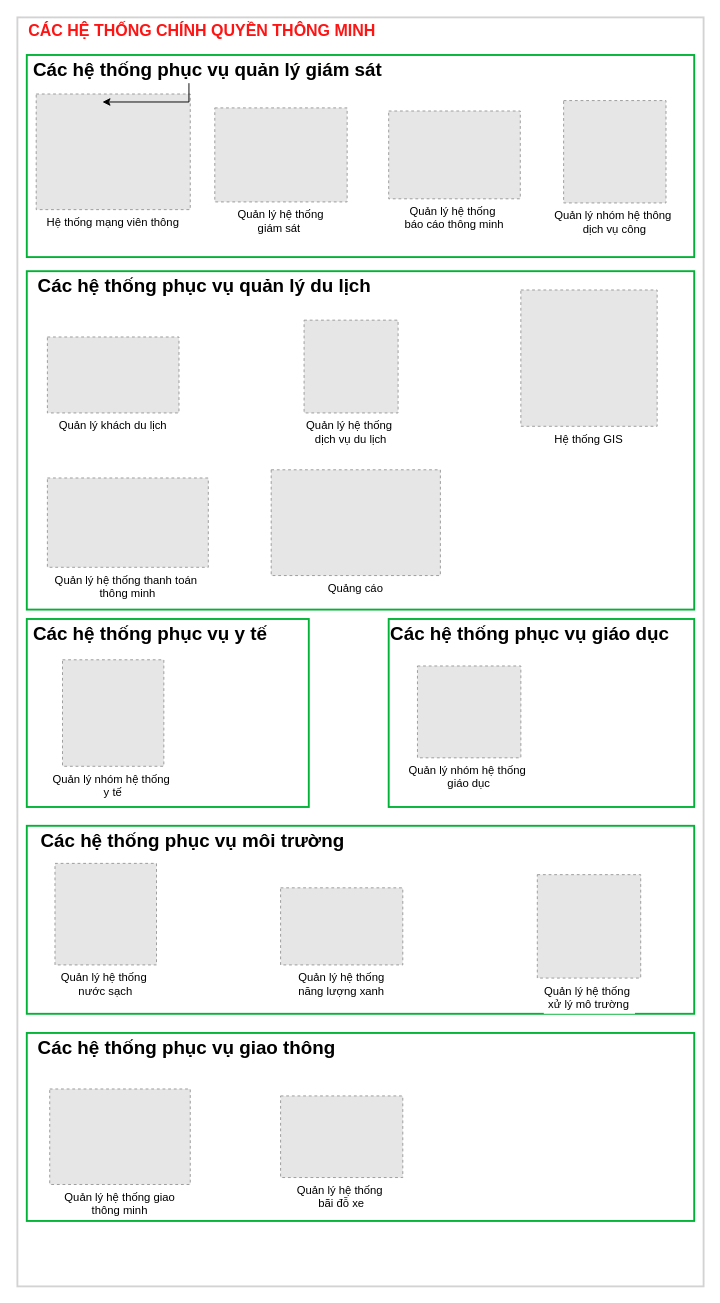
The draw.io diagram so-do-draw/smart_city_v2.drawio in letheanh12345/Draw-io, before the edit. Source tidied: cells renumbered, new cells numbered last; positions are measured from the earlier drawing's top-left corner, leaving out a move shared by most shapes. Both pictures are drawn from the tidied source at 94%, with x=0, y=0 at pixel (17, 17). Pictures stored in the file or linked from it are replaced by grey dashed boxes.
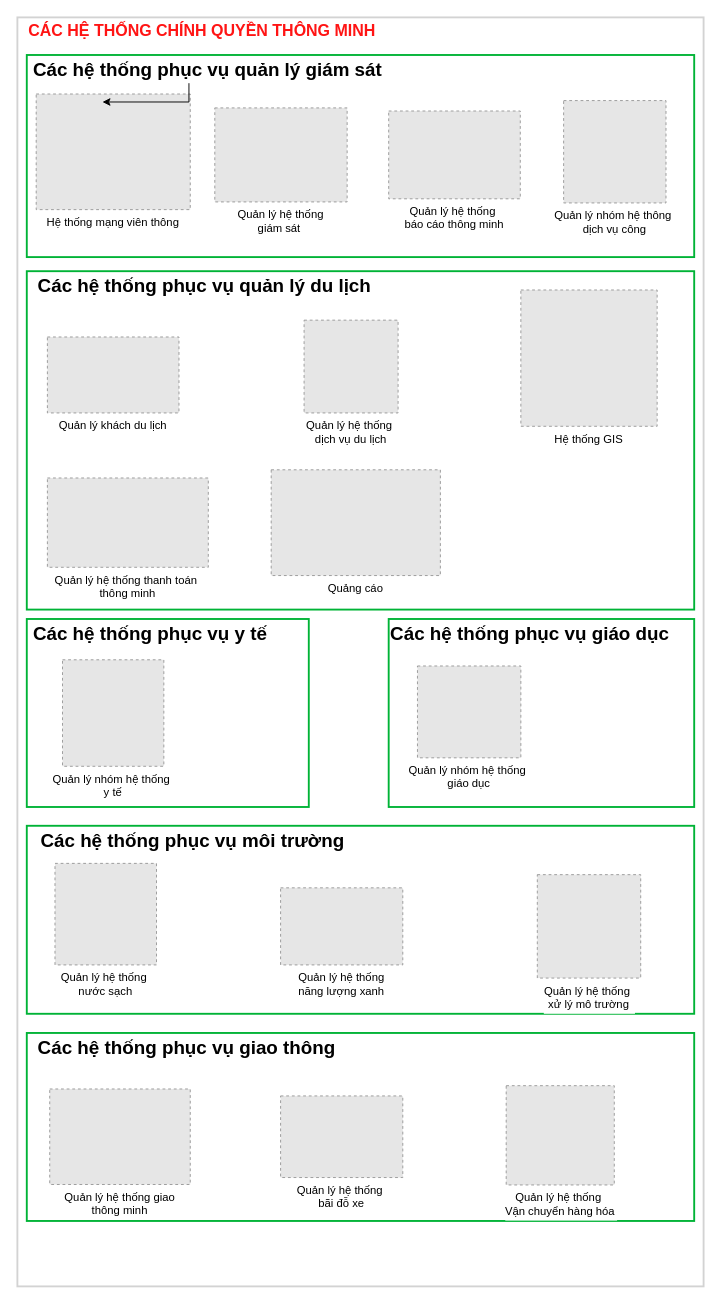
Above is the later version.

Change to the diagram source:
```diff
@@
+    <mxCell id="33" value="Quản lý hệ thống &#10;Vận chuyển hàng hóa" style="fillColor=#E6E6E6;strokeColor=#999999;dashed=1;verticalLabelPosition=bottom;labelBackgroundColor=default;verticalAlign=top;" parent="1" vertex="1">
+      <mxGeometry x="520" y="1136.5" width="115" height="105.6" as="geometry" />
+    </mxCell>
```
